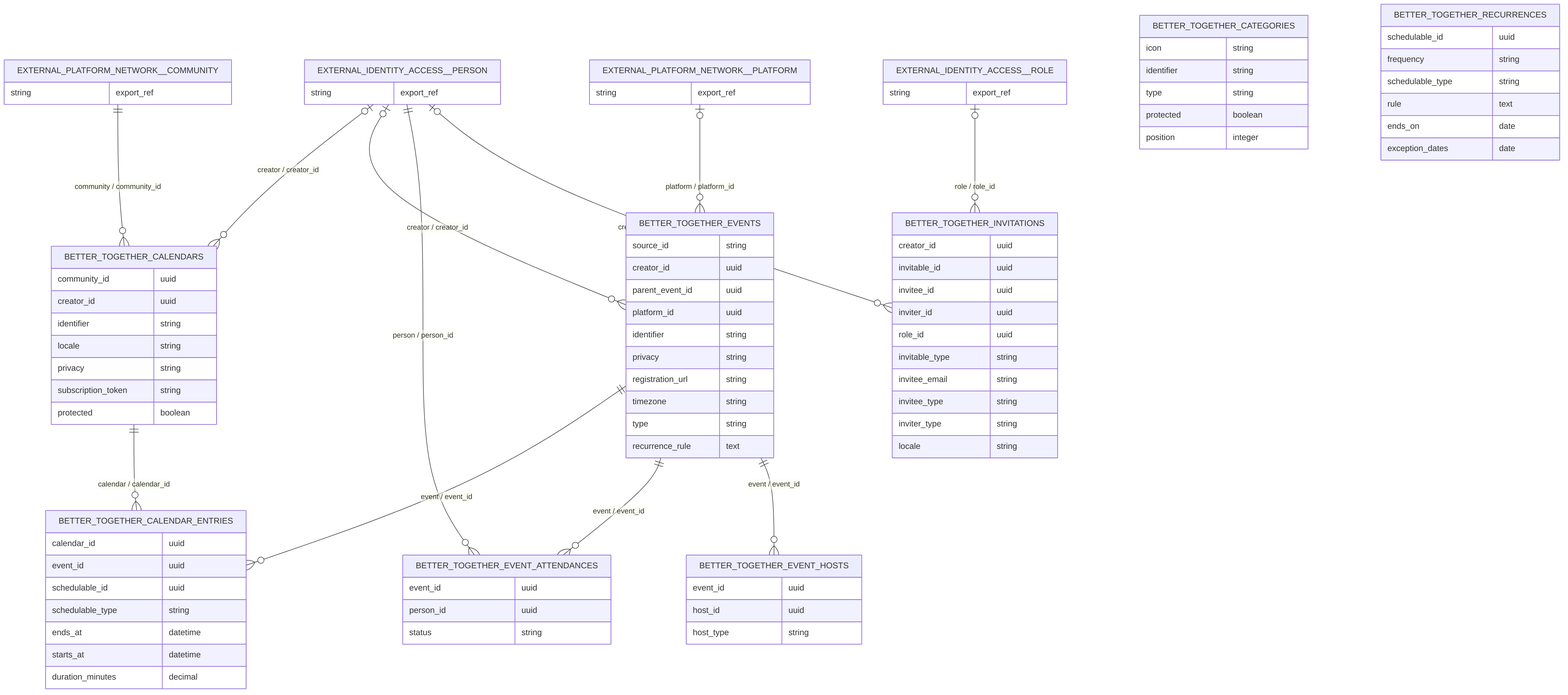
better-together-org/community-engine-rails keeps this Mermaid diagram as docs/diagrams/exports/png/ce_events_calendar_schema_erd.png. Above is the earlier version. Its source is kept beside it as docs/diagrams/source/ce_events_calendar_schema_erd.mmd.
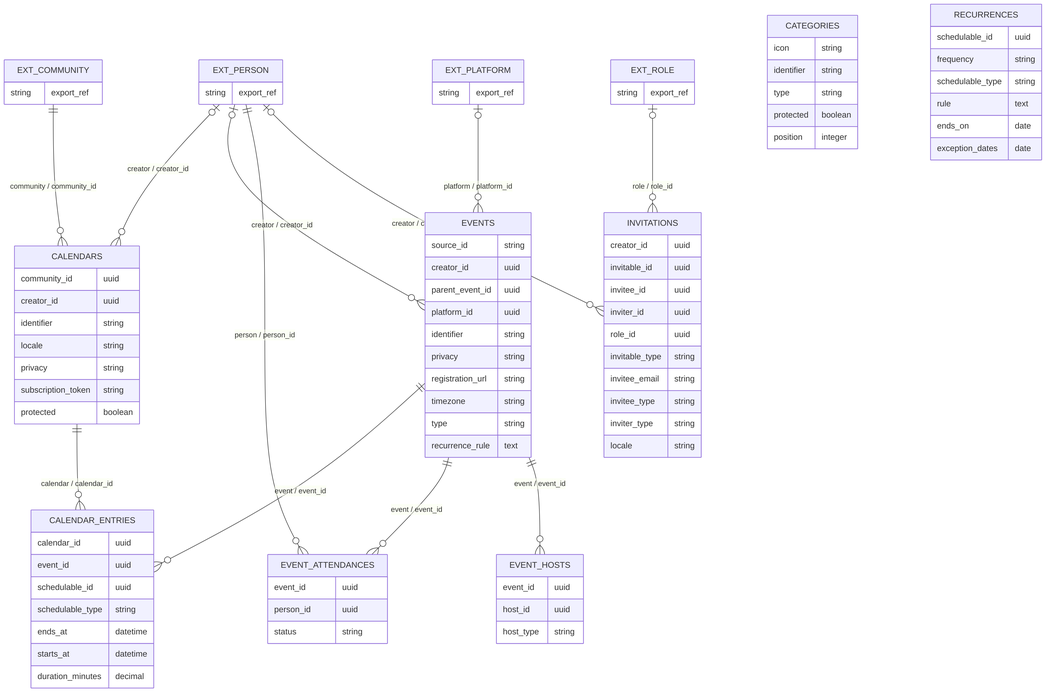
After the commit.

Diff of the diagram source:
```diff
@@ -1,17 +1,17 @@
 erDiagram
-  EXTERNAL_IDENTITY_ACCESS__PERSON o|--o{ BETTER_TOGETHER_CALENDARS : "creator / creator_id"
-  EXTERNAL_PLATFORM_NETWORK__COMMUNITY ||--o{ BETTER_TOGETHER_CALENDARS : "community / community_id"
-  BETTER_TOGETHER_CALENDARS ||--o{ BETTER_TOGETHER_CALENDAR_ENTRIES : "calendar / calendar_id"
-  BETTER_TOGETHER_EVENTS ||--o{ BETTER_TOGETHER_CALENDAR_ENTRIES : "event / event_id"
-  EXTERNAL_IDENTITY_ACCESS__PERSON o|--o{ BETTER_TOGETHER_EVENTS : "creator / creator_id"
-  EXTERNAL_PLATFORM_NETWORK__PLATFORM o|--o{ BETTER_TOGETHER_EVENTS : "platform / platform_id"
-  BETTER_TOGETHER_EVENTS ||--o{ BETTER_TOGETHER_EVENT_ATTENDANCES : "event / event_id"
-  EXTERNAL_IDENTITY_ACCESS__PERSON ||--o{ BETTER_TOGETHER_EVENT_ATTENDANCES : "person / person_id"
-  BETTER_TOGETHER_EVENTS ||--o{ BETTER_TOGETHER_EVENT_HOSTS : "event / event_id"
-  EXTERNAL_IDENTITY_ACCESS__PERSON o|--o{ BETTER_TOGETHER_INVITATIONS : "creator / creator_id"
-  EXTERNAL_IDENTITY_ACCESS__ROLE o|--o{ BETTER_TOGETHER_INVITATIONS : "role / role_id"
+  EXT_PERSON o|--o{ CALENDARS : "creator / creator_id"
+  EXT_COMMUNITY ||--o{ CALENDARS : "community / community_id"
+  CALENDARS ||--o{ CALENDAR_ENTRIES : "calendar / calendar_id"
+  EVENTS ||--o{ CALENDAR_ENTRIES : "event / event_id"
+  EXT_PERSON o|--o{ EVENTS : "creator / creator_id"
+  EXT_PLATFORM o|--o{ EVENTS : "platform / platform_id"
+  EVENTS ||--o{ EVENT_ATTENDANCES : "event / event_id"
+  EXT_PERSON ||--o{ EVENT_ATTENDANCES : "person / person_id"
+  EVENTS ||--o{ EVENT_HOSTS : "event / event_id"
+  EXT_PERSON o|--o{ INVITATIONS : "creator / creator_id"
+  EXT_ROLE o|--o{ INVITATIONS : "role / role_id"
 
-  BETTER_TOGETHER_CALENDARS {
+  CALENDARS {
     community_id uuid
     creator_id uuid
     identifier string
@@ -21,7 +21,7 @@
     protected boolean
   }
 
-  BETTER_TOGETHER_CALENDAR_ENTRIES {
+  CALENDAR_ENTRIES {
     calendar_id uuid
     event_id uuid
     schedulable_id uuid
@@ -31,7 +31,7 @@
     duration_minutes decimal
   }
 
-  BETTER_TOGETHER_EVENTS {
+  EVENTS {
     source_id string
     creator_id uuid
     parent_event_id uuid
@@ -44,13 +44,13 @@
     recurrence_rule text
   }
 
-  BETTER_TOGETHER_EVENT_ATTENDANCES {
+  EVENT_ATTENDANCES {
     event_id uuid
     person_id uuid
     status string
   }
 
-  BETTER_TOGETHER_CATEGORIES {
+  CATEGORIES {
     icon string
     identifier string
     type string
@@ -58,13 +58,13 @@
     position integer
   }
 
-  BETTER_TOGETHER_EVENT_HOSTS {
+  EVENT_HOSTS {
     event_id uuid
     host_id uuid
     host_type string
   }
 
-  BETTER_TOGETHER_INVITATIONS {
+  INVITATIONS {
     creator_id uuid
     invitable_id uuid
     invitee_id uuid
@@ -77,7 +77,7 @@
     locale string
   }
 
-  BETTER_TOGETHER_RECURRENCES {
+  RECURRENCES {
     schedulable_id uuid
     frequency string
     schedulable_type string
@@ -86,18 +86,18 @@
     exception_dates date
   }
 
-  EXTERNAL_IDENTITY_ACCESS__PERSON {
+  EXT_PERSON {
     string export_ref
   }
 
-  EXTERNAL_PLATFORM_NETWORK__COMMUNITY {
+  EXT_COMMUNITY {
     string export_ref
   }
 
-  EXTERNAL_PLATFORM_NETWORK__PLATFORM {
+  EXT_PLATFORM {
     string export_ref
   }
 
-  EXTERNAL_IDENTITY_ACCESS__ROLE {
+  EXT_ROLE {
     string export_ref
   }
```
